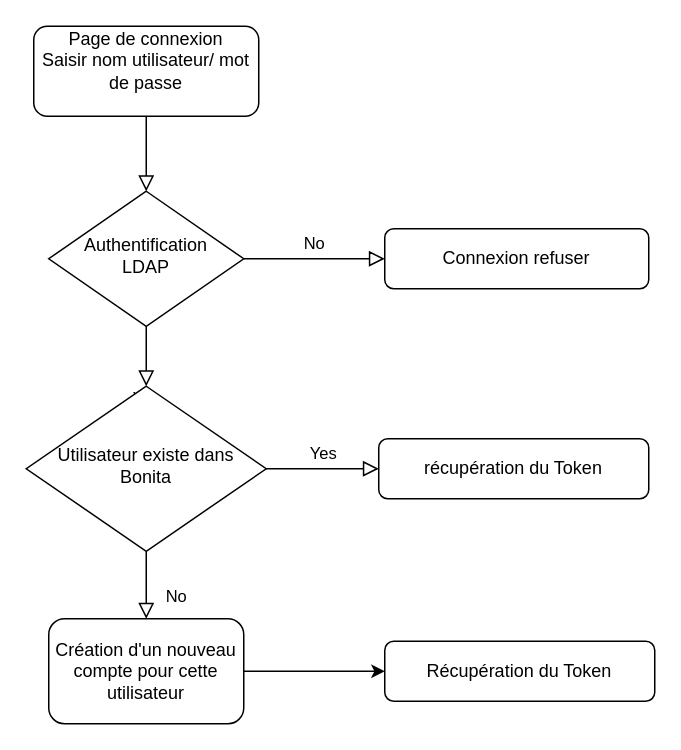
Earlier version of the draw.io diagram Diagramme sans nom.drawio (hyassine96/drawio). Source tidied: cells renumbered, new cells numbered last; positions are measured from the earlier drawing's top-left corner, leaving out a move shared by most shapes. Both pictures are drawn from the tidied source at 150%, with x=0, y=0 at pixel (26, 26).
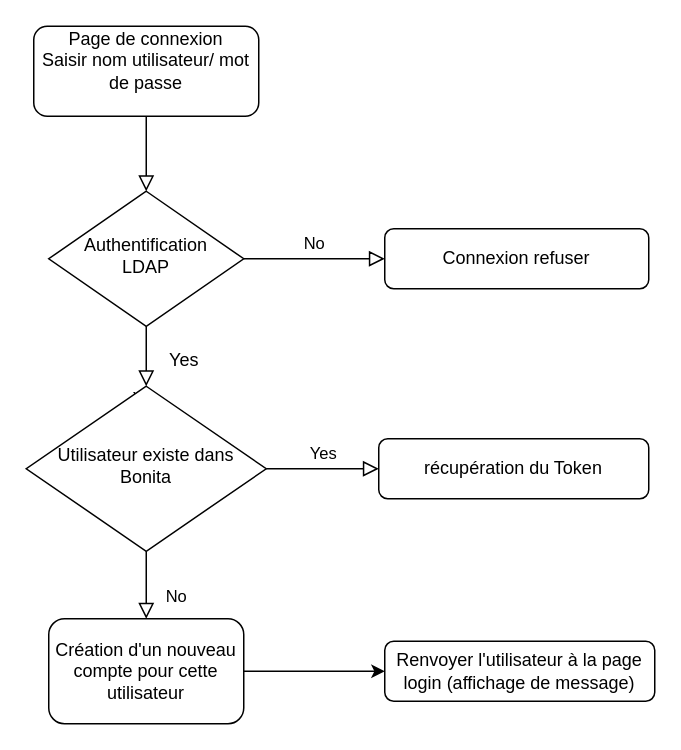
The same diagram, later.

Commit message:
Mettre à jour Diagramme sans nom.drawio

Diff of the diagram source:
```diff
@@
 <mxGraphModel>
   <root>
     <mxCell id="0" />
     <mxCell id="1" parent="0" />
     <mxCell id="2" style="rounded=0;html=1;jettySize=auto;fontSize=11;endArrow=block;endFill=0;endSize=8;strokeWidth=1;shadow=0;labelBackgroundColor=none;edgeStyle=orthogonalEdgeStyle;" parent="1" edge="1" source="3" target="6">
       <mxGeometry relative="1" as="geometry" />
     </mxCell>
     <mxCell id="3" value="Page de connexion&lt;br&gt;Saisir nom utilisateur/ mot de passe&lt;div&gt;&lt;br&gt;&lt;/div&gt;" style="rounded=1;whiteSpace=wrap;html=1;fontSize=12;glass=0;strokeWidth=1;shadow=0;" parent="1" vertex="1">
       <mxGeometry x="5" width="150" height="60" as="geometry" />
     </mxCell>
     <mxCell id="4" value="Yes" style="rounded=0;html=1;jettySize=auto;fontSize=11;endArrow=block;endFill=0;endSize=8;strokeWidth=1;shadow=0;labelBackgroundColor=none;edgeStyle=orthogonalEdgeStyle;" parent="1" edge="1" source="6" target="10">
       <mxGeometry x="0.14" y="-25" relative="1" as="geometry">
         <mxPoint x="25" y="25" as="offset" />
       </mxGeometry>
     </mxCell>
     <mxCell id="5" value="No" style="edgeStyle=orthogonalEdgeStyle;rounded=0;html=1;jettySize=auto;fontSize=11;endArrow=block;endFill=0;endSize=8;strokeWidth=1;shadow=0;labelBackgroundColor=none;" parent="1" edge="1" source="6" target="7">
       <mxGeometry y="10" relative="1" as="geometry" />
     </mxCell>
     <mxCell id="6" value="Authentification&lt;br&gt;LDAP" style="rhombus;whiteSpace=wrap;html=1;shadow=0;fontFamily=Helvetica;fontSize=12;align=center;strokeWidth=1;spacing=6;spacingTop=-4;" parent="1" vertex="1">
       <mxGeometry x="15" y="110" width="130" height="90" as="geometry" />
     </mxCell>
     <mxCell id="7" value="Connexion refuser" style="rounded=1;whiteSpace=wrap;html=1;fontSize=12;glass=0;strokeWidth=1;shadow=0;" parent="1" vertex="1">
       <mxGeometry x="239" y="135" width="176" height="40" as="geometry" />
     </mxCell>
     <mxCell id="8" value="No" style="rounded=0;html=1;jettySize=auto;fontSize=11;endArrow=block;endFill=0;endSize=8;strokeWidth=1;shadow=0;labelBackgroundColor=none;edgeStyle=orthogonalEdgeStyle;" parent="1" edge="1" source="10" target="12">
       <mxGeometry x="0.33" y="20" relative="1" as="geometry" />
     </mxCell>
     <mxCell id="9" value="Yes" style="edgeStyle=orthogonalEdgeStyle;rounded=0;html=1;jettySize=auto;fontSize=11;endArrow=block;endFill=0;endSize=8;strokeWidth=1;shadow=0;labelBackgroundColor=none;" parent="1" edge="1" source="10" target="13">
       <mxGeometry y="10" relative="1" as="geometry" />
     </mxCell>
     <mxCell id="10" value="Utilisateur existe dans Bonita" style="rhombus;whiteSpace=wrap;html=1;shadow=0;fontFamily=Helvetica;fontSize=12;align=center;strokeWidth=1;spacing=6;spacingTop=-4;" parent="1" vertex="1">
       <mxGeometry y="240" width="160" height="110" as="geometry" />
     </mxCell>
     <mxCell id="11" style="edgeStyle=orthogonalEdgeStyle;rounded=0;jettySize=auto;html=1;" parent="1" edge="1" source="12" target="14">
       <mxGeometry relative="1" as="geometry" />
     </mxCell>
     <mxCell id="12" value="Création d'un nouveau compte pour cette utilisateur" style="rounded=1;whiteSpace=wrap;html=1;fontSize=12;glass=0;strokeWidth=1;shadow=0;" parent="1" vertex="1">
       <mxGeometry x="15" y="395" width="130" height="70" as="geometry" />
     </mxCell>
     <mxCell id="13" value="récupération du Token" style="rounded=1;whiteSpace=wrap;html=1;fontSize=12;glass=0;strokeWidth=1;shadow=0;" parent="1" vertex="1">
       <mxGeometry x="235" y="275" width="180" height="40" as="geometry" />
     </mxCell>
-    <mxCell id="14" value="Récupération du Token" style="whiteSpace=wrap;html=1;rounded=1;glass=0;strokeWidth=1;shadow=0;" parent="1" vertex="1">
+    <mxCell id="14" value="Renvoyer l'utilisateur à la page login (affichage de message)" style="whiteSpace=wrap;html=1;rounded=1;glass=0;strokeWidth=1;shadow=0;" parent="1" vertex="1">
       <mxGeometry x="239" y="410" width="180" height="40" as="geometry" />
     </mxCell>
+    <mxCell id="15" value="Yes" style="text;html=1;align=center;verticalAlign=middle;strokeColor=none;fillColor=none;" parent="1" vertex="1">
+      <mxGeometry x="85" y="208" width="40" height="30" as="geometry" />
+    </mxCell>
   </root>
 </mxGraphModel>
```
